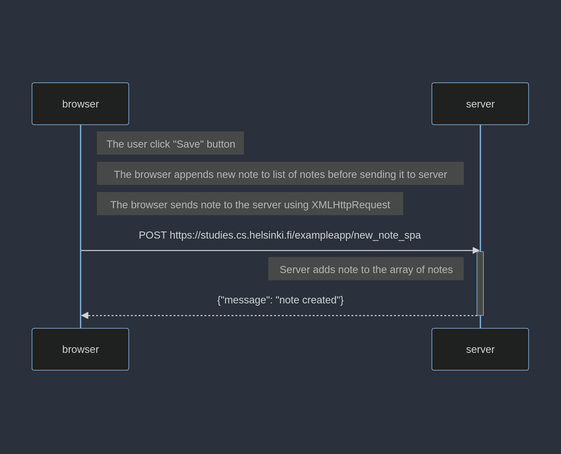
Earlier version of the Mermaid export part0/ex6/new_note_spa_diagram.png (SzanownyPanBorowiecki/fullstackopen). Its source is kept beside it as part0/ex6/new_note_spa_diagram.mmd. The source it was exported from:
```mermaid
sequenceDiagram
    participant browser
    participant server

    Note right of browser: The user click "Save" button
    Note right of browser: The browser appends new note to list of notes before sending it to server
    Note right of browser: The browser sends note to the server using XMLHttpRequest
    browser->>server: POST https://studies.cs.helsinki.fi/exampleapp/new_note_spa
    activate server
    Note left of server: Server adds note to the array of notes
    server-->>browser: {"message": "note created"}
    deactivate server
```
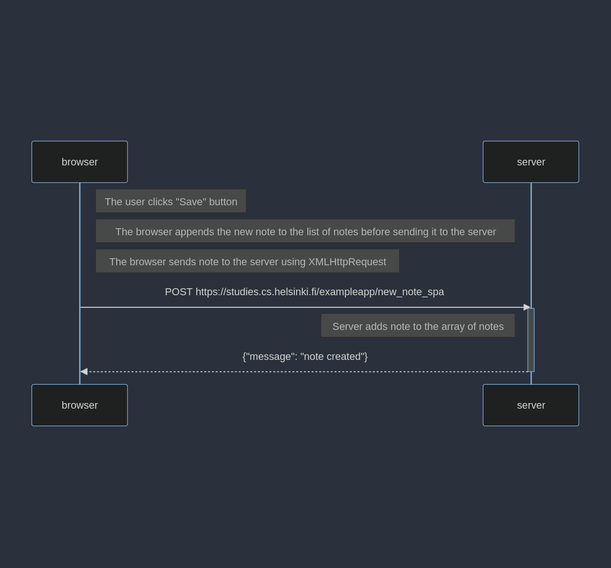
Later version of the same file.

The edit, as a diff of the source:
```diff
@@ -2,8 +2,8 @@
     participant browser
     participant server
 
-    Note right of browser: The user click "Save" button
-    Note right of browser: The browser appends new note to list of notes before sending it to server
+    Note right of browser: The user clicks "Save" button
+    Note right of browser: The browser appends the new note to the list of notes before sending it to the server
     Note right of browser: The browser sends note to the server using XMLHttpRequest
     browser->>server: POST https://studies.cs.helsinki.fi/exampleapp/new_note_spa
     activate server
```
